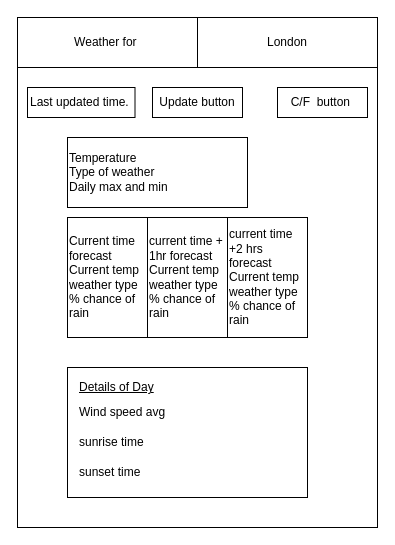
Dave-deJong/weather-app-project keeps this draw.io diagram as WeatherApp.drawio. Above is the earlier version. Source tidied: cells renumbered, new cells numbered last; positions are measured from the earlier drawing's top-left corner, leaving out a move shared by most shapes. Both pictures are drawn from the tidied source at 100%, with x=0, y=0 at pixel (17, 17).
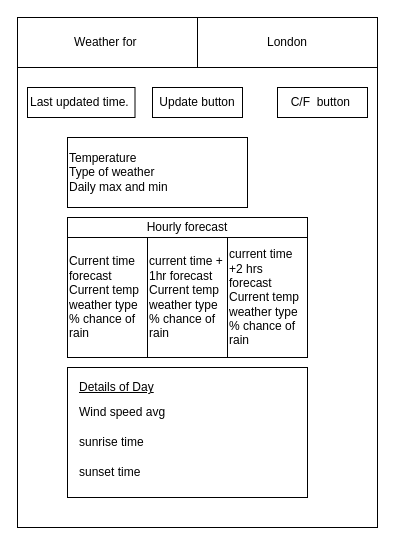
The same page after the edit.

What changed in the source:
```diff
@@
 <mxGraphModel>
   <root>
     <mxCell id="0" />
     <mxCell id="1" parent="0" />
     <mxCell id="2" style="rounded=0;whiteSpace=wrap;html=1;" parent="1" vertex="1">
       <mxGeometry width="360" height="510" as="geometry" />
     </mxCell>
     <mxCell id="3" style="rounded=0;whiteSpace=wrap;html=1;" parent="1" vertex="1">
       <mxGeometry width="190" height="50" as="geometry" />
     </mxCell>
     <mxCell id="4" value="Weather for&amp;nbsp;" style="text;html=1;strokeColor=none;fillColor=none;align=center;verticalAlign=middle;whiteSpace=wrap;rounded=0;" parent="1" vertex="1">
       <mxGeometry x="5" y="5" width="170" height="40" as="geometry" />
     </mxCell>
     <mxCell id="5" value="London" style="rounded=0;whiteSpace=wrap;html=1;" parent="1" vertex="1">
       <mxGeometry x="180" width="180" height="50" as="geometry" />
     </mxCell>
     <mxCell id="6" value="C/F&amp;nbsp; button&amp;nbsp;" style="rounded=0;whiteSpace=wrap;html=1;" parent="1" vertex="1">
       <mxGeometry x="260" y="70" width="90" height="30" as="geometry" />
     </mxCell>
     <mxCell id="7" value="Temperature&amp;nbsp;&lt;br&gt;Type of weather&amp;nbsp;&lt;br&gt;Daily max and min" style="rounded=0;whiteSpace=wrap;html=1;align=left;direction=west;" parent="1" vertex="1">
       <mxGeometry x="50" y="120" width="180" height="70" as="geometry" />
     </mxCell>
     <mxCell id="8" value="Current time forecast&lt;br&gt;Current temp&lt;br&gt;weather type&lt;br&gt;% chance of rain" style="rounded=0;whiteSpace=wrap;html=1;align=left;direction=west;" parent="1" vertex="1">
-      <mxGeometry x="50" y="200" width="80" height="120" as="geometry" />
+      <mxGeometry x="50" y="220" width="80" height="120" as="geometry" />
     </mxCell>
     <mxCell id="9" value="current time + 1hr forecast&lt;br&gt;Current temp&lt;br&gt;weather type&lt;br&gt;% chance of rain" style="rounded=0;whiteSpace=wrap;html=1;align=left;direction=west;" parent="1" vertex="1">
-      <mxGeometry x="130" y="200" width="80" height="120" as="geometry" />
+      <mxGeometry x="130" y="220" width="80" height="120" as="geometry" />
     </mxCell>
     <mxCell id="10" value="current time +2 hrs forecast&lt;br&gt;Current temp&lt;br&gt;weather type&lt;br&gt;% chance of rain" style="rounded=0;whiteSpace=wrap;html=1;align=left;direction=west;" parent="1" vertex="1">
-      <mxGeometry x="210" y="200" width="80" height="120" as="geometry" />
+      <mxGeometry x="210" y="220" width="80" height="120" as="geometry" />
     </mxCell>
     <mxCell id="11" style="rounded=0;whiteSpace=wrap;html=1;" parent="1" vertex="1">
       <mxGeometry x="50" y="350" width="240" height="130" as="geometry" />
     </mxCell>
     <mxCell id="12" value="Details of Day&lt;br&gt;" style="text;html=1;strokeColor=none;fillColor=none;align=left;verticalAlign=middle;whiteSpace=wrap;rounded=0;fontStyle=4;" parent="1" vertex="1">
       <mxGeometry x="60" y="360" width="160" height="20" as="geometry" />
     </mxCell>
     <mxCell id="13" value="sunrise time" style="text;html=1;strokeColor=none;fillColor=none;align=left;verticalAlign=middle;whiteSpace=wrap;rounded=0;" parent="1" vertex="1">
       <mxGeometry x="60" y="410" width="145" height="30" as="geometry" />
     </mxCell>
     <mxCell id="14" value="Wind speed avg" style="text;html=1;strokeColor=none;fillColor=none;align=left;verticalAlign=middle;whiteSpace=wrap;rounded=0;" parent="1" vertex="1">
       <mxGeometry x="60" y="380" width="120" height="30" as="geometry" />
     </mxCell>
     <mxCell id="15" value="sunset time" style="text;html=1;strokeColor=none;fillColor=none;align=left;verticalAlign=middle;whiteSpace=wrap;rounded=0;" parent="1" vertex="1">
       <mxGeometry x="60" y="440" width="130" height="30" as="geometry" />
     </mxCell>
     <mxCell id="16" value="Last updated time.&amp;nbsp;" style="rounded=0;whiteSpace=wrap;html=1;" parent="1" vertex="1">
       <mxGeometry x="10" y="70" width="107.5" height="30" as="geometry" />
     </mxCell>
     <mxCell id="17" value="Update button" style="rounded=0;whiteSpace=wrap;html=1;" parent="1" vertex="1">
       <mxGeometry x="135" y="70" width="90" height="30" as="geometry" />
     </mxCell>
+    <mxCell id="18" value="Hourly forecast" style="rounded=0;whiteSpace=wrap;html=1;" parent="1" vertex="1">
+      <mxGeometry x="50" y="200" width="240" height="20" as="geometry" />
+    </mxCell>
   </root>
 </mxGraphModel>
```
